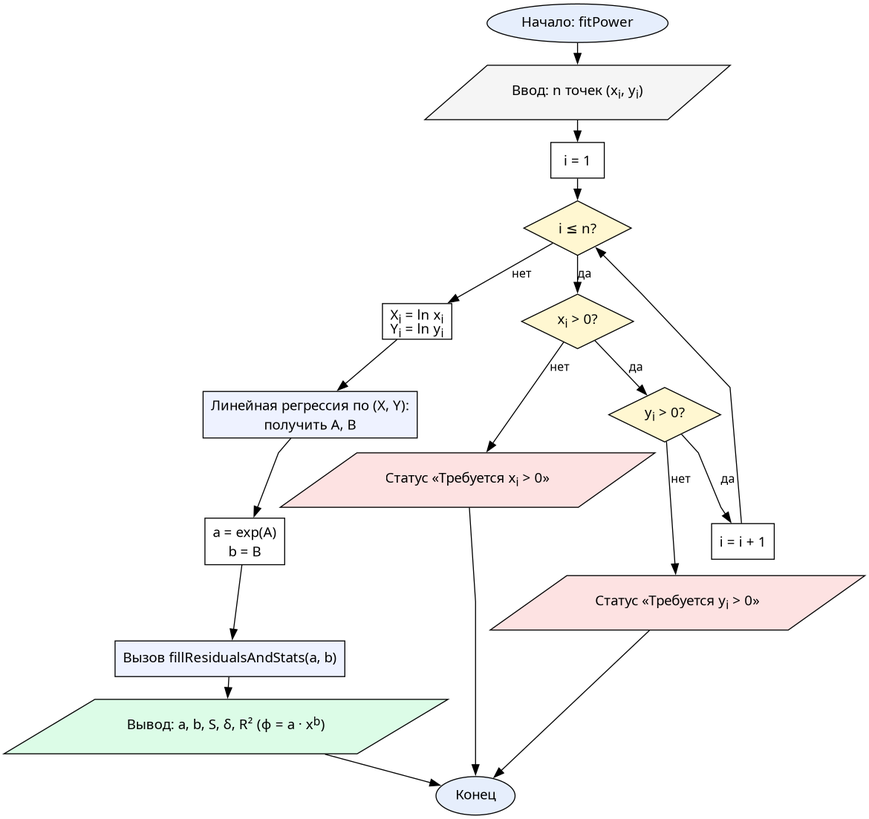
Above: reports/resources/flowcharts/ls_power.png in Oriptal/calc-math-lab2 (Graphviz), before the change. Its source is kept beside it as reports/resources/flowcharts/ls_power.dot.
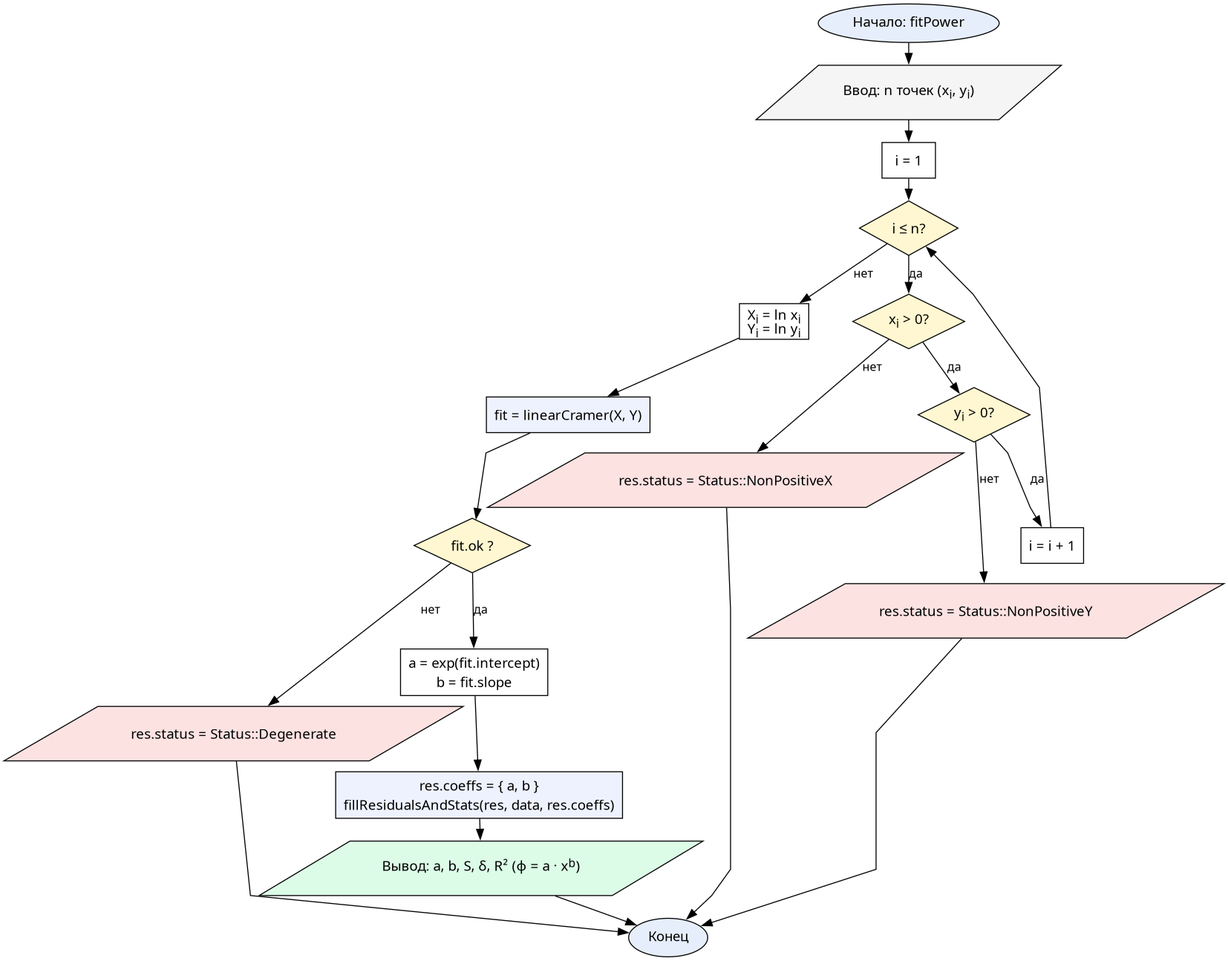
The same file after the commit.

Change to the diagram source:
```diff
@@ -9,13 +9,15 @@
   chk1   [label=<i ≤ n?>, shape=diamond, fillcolor="#fff7d1"]
   chkx   [label=<x<SUB>i</SUB> &gt; 0?>, shape=diamond, fillcolor="#fff7d1"]
   chky   [label=<y<SUB>i</SUB> &gt; 0?>, shape=diamond, fillcolor="#fff7d1"]
-  rejx   [label=<Статус «Требуется x<SUB>i</SUB> &gt; 0»>, shape=parallelogram, fillcolor="#fde2e2"]
-  rejy   [label=<Статус «Требуется y<SUB>i</SUB> &gt; 0»>, shape=parallelogram, fillcolor="#fde2e2"]
+  rejx   [label=<res.status = Status::NonPositiveX>, shape=parallelogram, fillcolor="#fde2e2"]
+  rejy   [label=<res.status = Status::NonPositiveY>, shape=parallelogram, fillcolor="#fde2e2"]
   next   [label=<i = i + 1>, shape=box]
   prep   [label=<X<SUB>i</SUB> = ln x<SUB>i</SUB><BR/>Y<SUB>i</SUB> = ln y<SUB>i</SUB>>, shape=box]
-  reg    [label=<Линейная регрессия по (X, Y):<BR/>получить A, B>, shape=box, fillcolor="#eef2ff"]
-  back   [label=<a = exp(A)<BR/>b = B>, shape=box]
-  stats  [label="Вызов fillResidualsAndStats(a, b)", shape=box, fillcolor="#eef2ff"]
+  reg    [label=<fit = linearCramer(X, Y)>, shape=box, fillcolor="#eef2ff"]
+  chkOk  [label=<fit.ok ?>, shape=diamond, fillcolor="#fff7d1"]
+  degen  [label=<res.status = Status::Degenerate>, shape=parallelogram, fillcolor="#fde2e2"]
+  back   [label=<a = exp(fit.intercept)<BR/>b = fit.slope>, shape=box]
+  stats  [label=<res.coeffs = { a, b }<BR/>fillResidualsAndStats(res, data, res.coeffs)>, shape=box, fillcolor="#eef2ff"]
   output [label=<Вывод: a, b, S, δ, R² (φ = a · x<SUP>b</SUP>)>, shape=parallelogram, fillcolor="#dcfce7"]
   stop   [label="Конец", shape=oval, fillcolor="#e6eefc"]
 
@@ -29,5 +31,9 @@
   rejy -> stop
   next -> chk1
   chk1 -> prep [label="нет"]
-  prep -> reg -> back -> stats -> output -> stop
+  prep -> reg -> chkOk
+  chkOk -> degen [label="нет"]
+  degen -> stop
+  chkOk -> back [label="да"]
+  back -> stats -> output -> stop
 }
```
